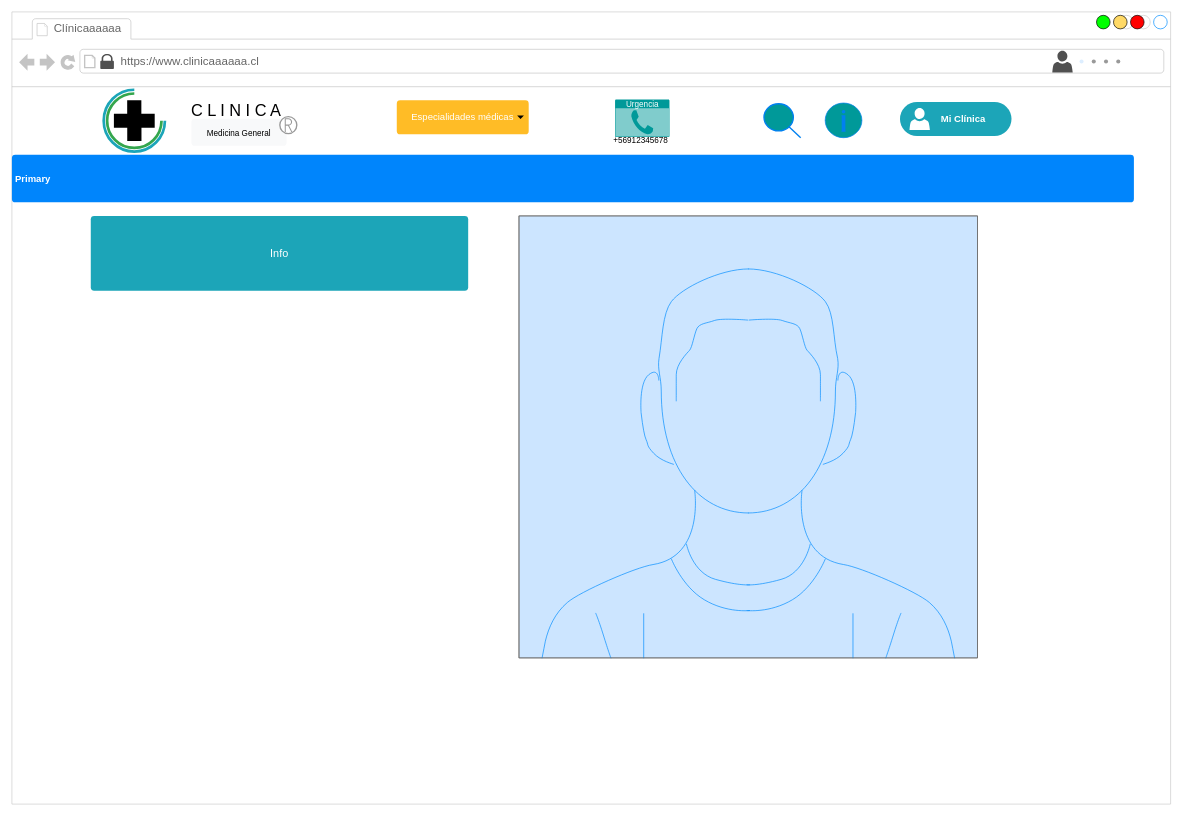
This is page "Página-2" (2 of 4) of Diagrama sin título.drawio from Proximan/Diagrama-Comunicacion-P-M, a draw.io file, before an edit. Source tidied: cells renumbered, new cells numbered last; positions are measured from the earlier drawing's top-left corner, leaving out a move shared by most shapes. Both pictures are drawn from the tidied source at 68%, with x=0, y=0 at pixel (12, 12).
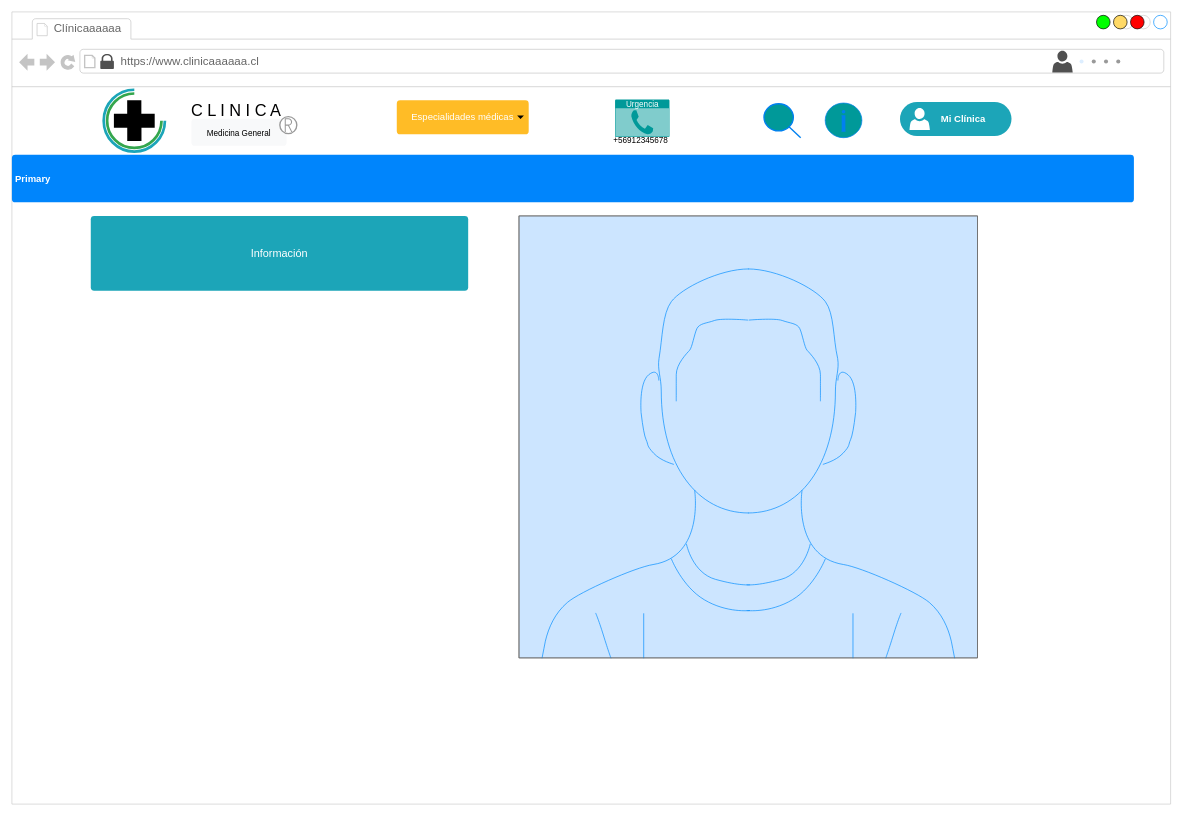
The same diagram, later.

The change refers to these unchanged cells:
```xml
<mxCell id="2" style="strokeWidth=1;shadow=0;dashed=0;align=center;html=1;shape=mxgraph.mockup.containers.browserWindow;rSize=0;strokeColor=#CCCCCC;strokeColor2=#008cff;strokeColor3=#c4c4c4;mainText=,;" parent="1" vertex="1">
  <mxGeometry width="1704" height="1165" as="geometry" />
</mxCell>
```

Change to the diagram source:
```diff
@@
-    <mxCell id="22" value="Info" style="html=1;shadow=0;dashed=0;shape=mxgraph.bootstrap.rrect;rSize=5;strokeColor=none;strokeWidth=1;fillColor=#1CA5B8;fontColor=#FFFFFF;whiteSpace=wrap;align=center;verticalAlign=middle;spacingLeft=0;fontStyle=0;fontSize=16;spacing=5;" parent="2" vertex="1">
+    <mxCell id="22" value="Información" style="html=1;shadow=0;dashed=0;shape=mxgraph.bootstrap.rrect;rSize=5;strokeColor=none;strokeWidth=1;fillColor=#1CA5B8;fontColor=#FFFFFF;whiteSpace=wrap;align=center;verticalAlign=middle;spacingLeft=0;fontStyle=0;fontSize=16;spacing=5;" parent="2" vertex="1">
       <mxGeometry x="116" y="300" width="555" height="110" as="geometry" />
     </mxCell>
```
